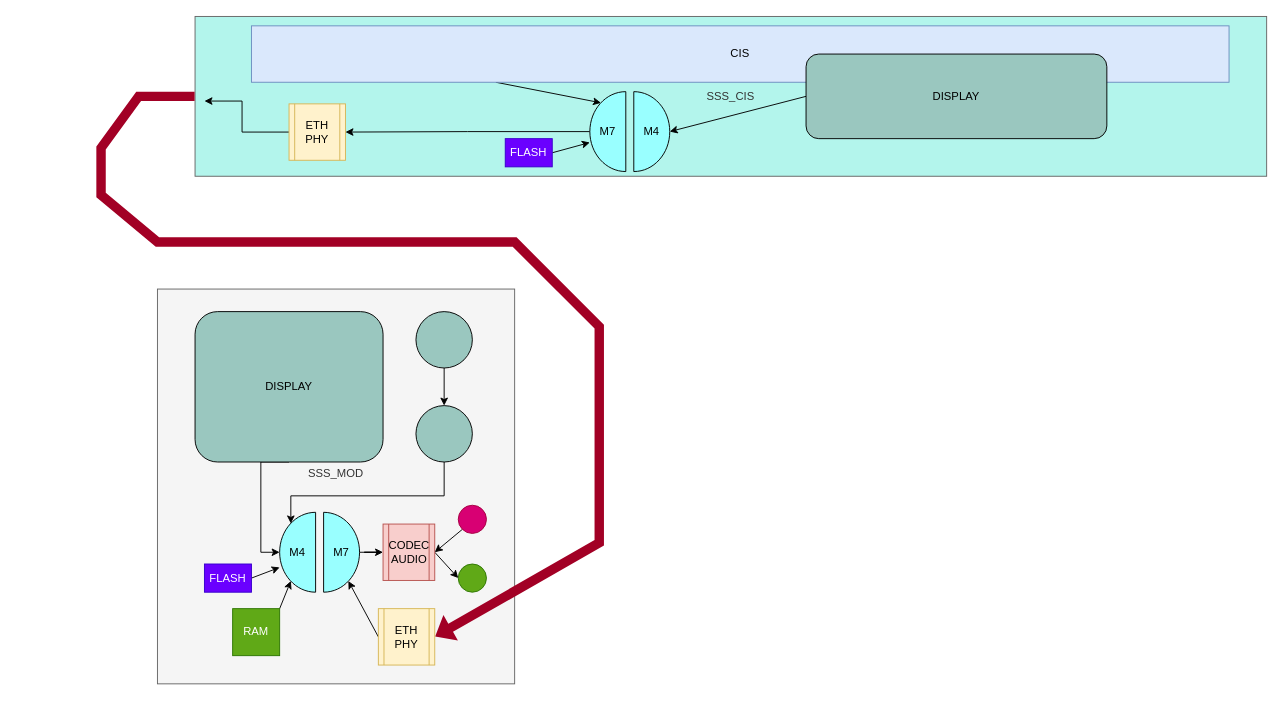
Earlier version of the draw.io diagram Untitled Diagram.drawio (Ondulab/CISYNTH_CIS_mechanics). Source tidied: cells renumbered, new cells numbered last; positions are measured from the earlier drawing's top-left corner, leaving out a move shared by most shapes. Both pictures are drawn from the tidied source at 94%, with x=0, y=0 at pixel (101, 16).
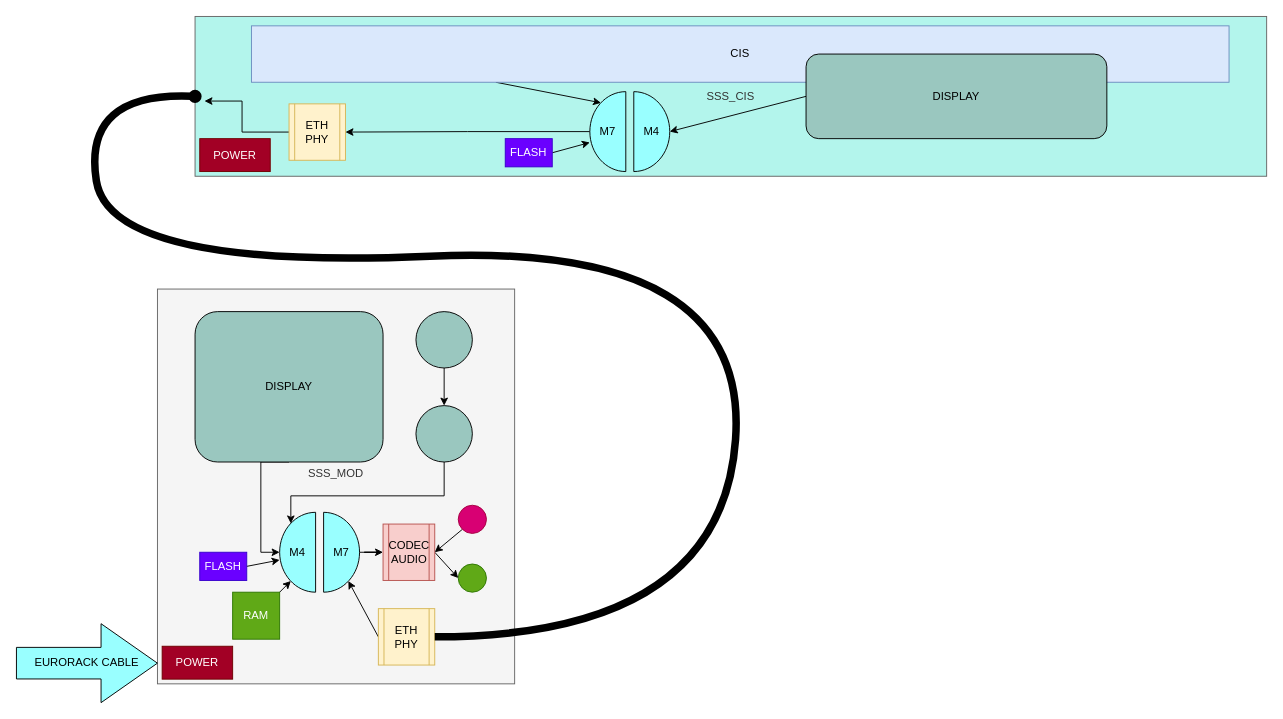
Above is the later version.

The change refers to these unchanged cells:
```xml
<mxCell id="2" value="SSS_CIS" style="rounded=0;whiteSpace=wrap;html=1;fillColor=#B3F5EC;strokeColor=#666666;fontColor=#333333;" parent="1" vertex="1">
  <mxGeometry x="100" width="1140" height="170" as="geometry" />
</mxCell>
<mxCell id="24" value="&lt;div&gt;ETH&lt;/div&gt;&lt;div&gt;PHY&lt;br&gt;&lt;/div&gt;" style="shape=process;whiteSpace=wrap;html=1;backgroundOutline=1;fillColor=#fff2cc;strokeColor=#d6b656;" parent="1" vertex="1">
  <mxGeometry x="295" y="630" width="60" height="60" as="geometry" />
</mxCell>
```

The edit, as a diff of the source:
```diff
@@
-    <mxCell id="8" style="shape=flexArrow;endArrow=classic;html=1;rounded=0;exitX=0;exitY=0.5;exitDx=0;exitDy=0;entryX=1;entryY=0.5;entryDx=0;entryDy=0;fillColor=#a20025;strokeColor=none;shadow=0;sketch=0;" parent="1" edge="1" source="2" target="24">
-      <mxGeometry relative="1" as="geometry">
-        <Array as="points">
-          <mxPoint x="40" y="85" />
-          <mxPoint y="140" />
-          <mxPoint y="190" />
-          <mxPoint x="60" y="240" />
-          <mxPoint x="440" y="240" />
-          <mxPoint x="530" y="330" />
-          <mxPoint x="530" y="560" />
-        </Array>
-      </mxGeometry>
-    </mxCell>
@@
     <mxCell id="31" value="FLASH" style="rounded=0;whiteSpace=wrap;html=1;fillColor=#6a00ff;fontColor=#ffffff;strokeColor=#3700CC;" parent="1" vertex="1">
-      <mxGeometry x="110" y="582.5" width="50" height="30" as="geometry" />
+      <mxGeometry x="105" y="570" width="50" height="30" as="geometry" />
     </mxCell>
@@
     <mxCell id="33" value="&lt;div&gt;RAM&lt;/div&gt;" style="rounded=0;whiteSpace=wrap;html=1;fillColor=#60a917;fontColor=#ffffff;strokeColor=#2D7600;" parent="1" vertex="1">
-      <mxGeometry x="140" y="630" width="50" height="50" as="geometry" />
+      <mxGeometry x="140" y="612.5" width="50" height="50" as="geometry" />
     </mxCell>
+    <mxCell id="34" value="&lt;div&gt;POWER&lt;/div&gt;" style="rounded=0;whiteSpace=wrap;html=1;fillColor=#a20025;fontColor=#ffffff;strokeColor=#6F0000;" parent="1" vertex="1">
+      <mxGeometry x="105" y="130" width="75" height="35" as="geometry" />
+    </mxCell>
+    <mxCell id="35" value="&lt;div&gt;POWER&lt;/div&gt;" style="rounded=0;whiteSpace=wrap;html=1;fillColor=#a20025;fontColor=#ffffff;strokeColor=#6F0000;" parent="1" vertex="1">
+      <mxGeometry x="65" y="670" width="75" height="35" as="geometry" />
+    </mxCell>
+    <mxCell id="36" style="curved=1;endArrow=oval;html=1;rounded=0;shadow=0;sketch=0;strokeColor=default;gradientColor=none;elbow=vertical;exitX=1;exitY=0.5;exitDx=0;exitDy=0;entryX=0;entryY=0.5;entryDx=0;entryDy=0;strokeWidth=8;endFill=1;" parent="1" edge="1" source="24" target="2">
+      <mxGeometry relative="1" as="geometry">
+        <Array as="points">
+          <mxPoint x="660" y="660" />
+          <mxPoint x="690" y="240" />
+          <mxPoint x="10" y="270" />
+          <mxPoint x="-20" y="80" />
+        </Array>
+      </mxGeometry>
+    </mxCell>
+    <mxCell id="37" value="&lt;div&gt;EURORACK CABLE&lt;/div&gt;" style="html=1;whiteSpace=wrap;fillColor=#99ffff;shape=mxgraph.archimate3.process;" parent="1" vertex="1">
+      <mxGeometry x="-90" y="646" width="150" height="84" as="geometry" />
+    </mxCell>
```
